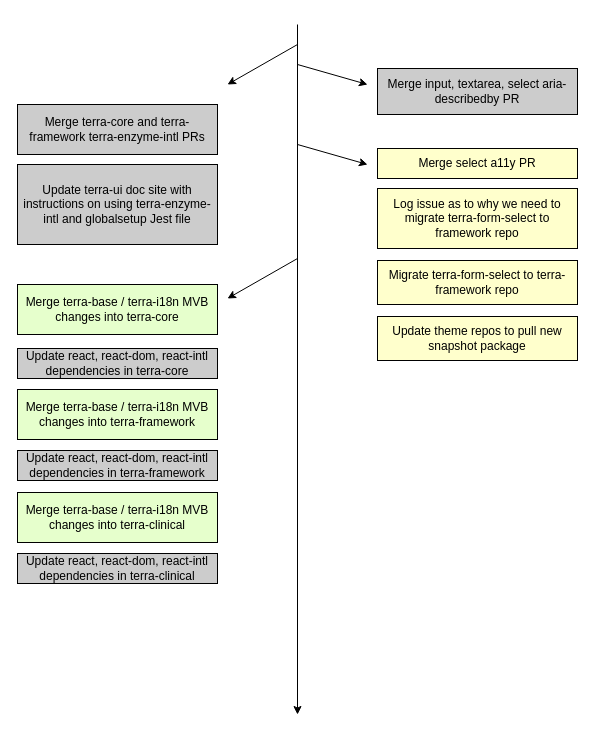
Above: Untitled Diagram.drawio in bjankord/Base.css (draw.io), before the change. Source tidied: cells renumbered, new cells numbered last; positions are measured from the earlier drawing's top-left corner, leaving out a move shared by most shapes. Both pictures are drawn from the tidied source at 100%, with x=0, y=0 at pixel (17, 24).
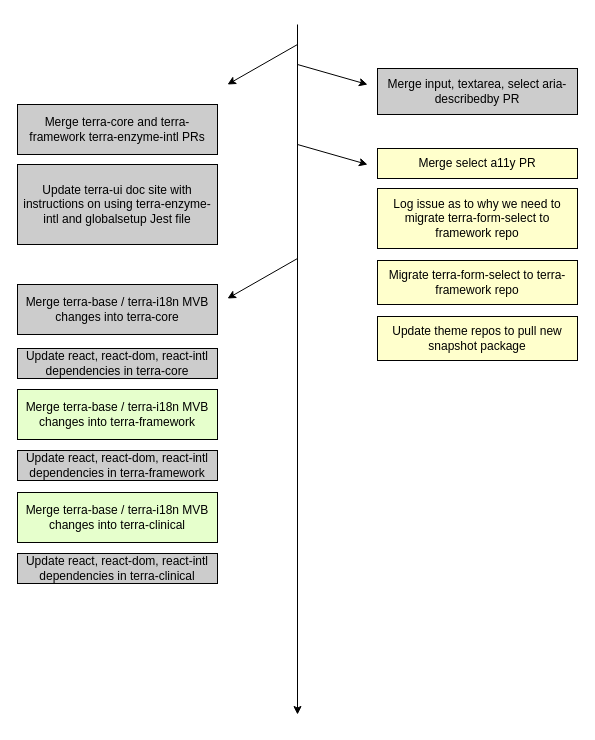
The same page after the edit.

Change to the diagram source:
```diff
@@
-    <mxCell id="4" value="Merge terra-base / terra-i18n MVB changes into terra-core" style="rounded=0;whiteSpace=wrap;html=1;fillColor=#E6FFCC;" parent="1" vertex="1">
+    <mxCell id="4" value="Merge terra-base / terra-i18n MVB changes into terra-core" style="rounded=0;whiteSpace=wrap;html=1;fillColor=#CCCCCC;" parent="1" vertex="1">
       <mxGeometry y="260" width="200" height="50" as="geometry" />
     </mxCell>
```
